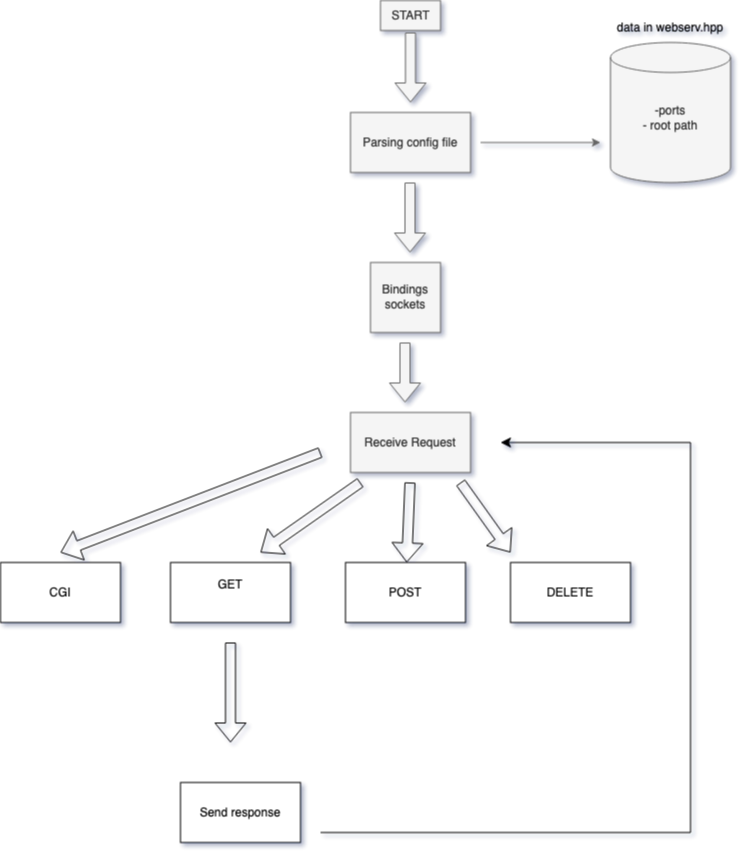
Earlier version of the draw.io export Diagram Webserv.drawio.png (es4nchez/webserv). Source tidied: cells renumbered, new cells last; positions are measured from the earlier drawing's top-left corner, leaving out a move shared by most shapes.
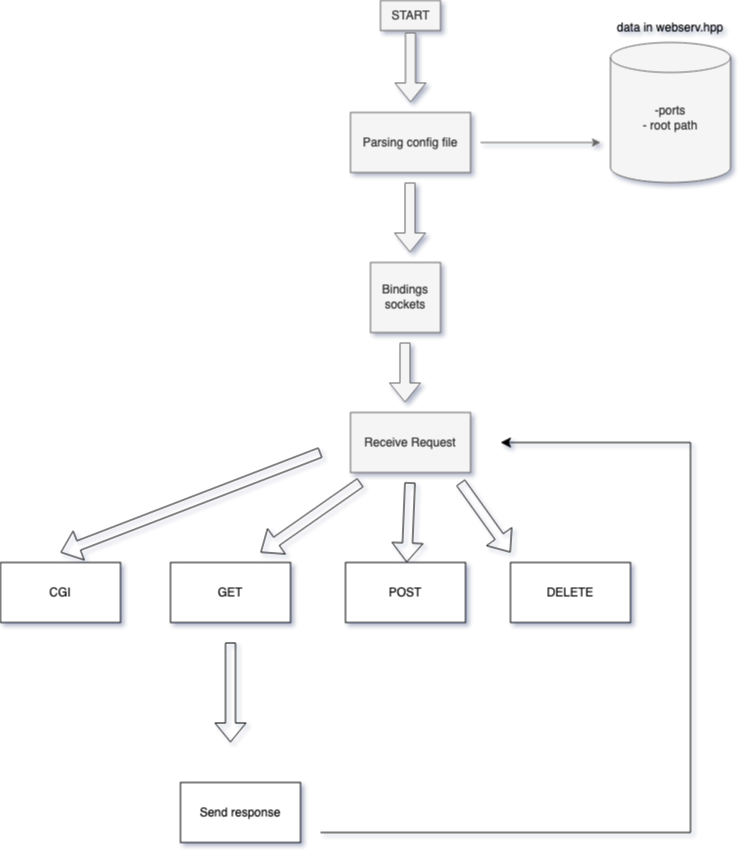
After the change.

Commit message:
Mettre à jour Diagram Webserv.drawio.png

The edit, as a diff of the source:
```diff
@@ -64,7 +64,7 @@
     <mxCell id="15" value="&lt;div&gt;POST&lt;/div&gt;" style="rounded=0;whiteSpace=wrap;html=1;" parent="1" vertex="1">
       <mxGeometry x="345" y="562" width="120" height="60" as="geometry" />
     </mxCell>
-    <mxCell id="16" value="&lt;div&gt;GET&lt;/div&gt;&lt;div&gt;&lt;br&gt;&lt;/div&gt;" style="rounded=0;whiteSpace=wrap;html=1;" parent="1" vertex="1">
+    <mxCell id="16" value="&lt;div&gt;&lt;br&gt;&lt;/div&gt;&lt;div&gt;GET&lt;/div&gt;&lt;div&gt;&lt;br&gt;&lt;/div&gt;" style="rounded=0;whiteSpace=wrap;html=1;" parent="1" vertex="1">
       <mxGeometry x="170" y="562" width="120" height="60" as="geometry" />
     </mxCell>
     <mxCell id="17" value="DELETE" style="rounded=0;whiteSpace=wrap;html=1;" parent="1" vertex="1">
```
